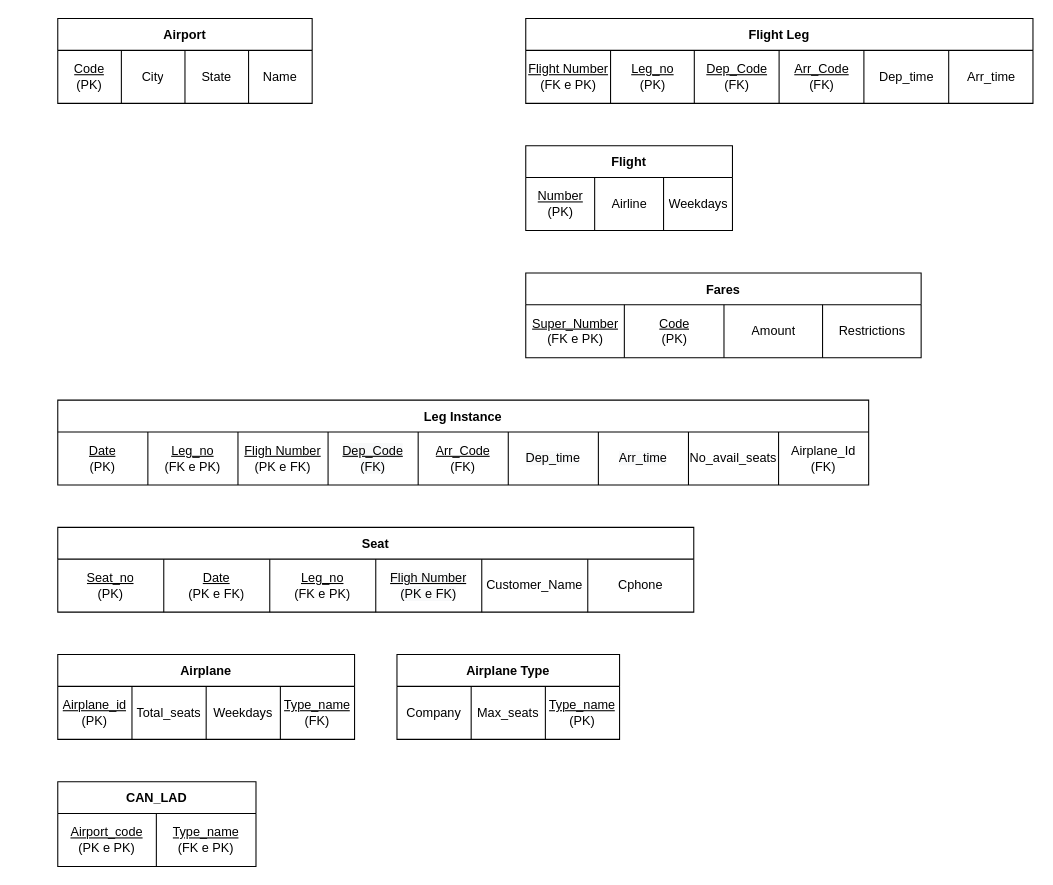
Above: page "3.2" (2 of 2) of P/P03/P03.drawio in RafaelCurado/BD-1 (draw.io), before the change. Source tidied: cells renumbered, new cells numbered last; positions are measured from the earlier drawing's top-left corner, leaving out a move shared by most shapes. Both pictures are drawn from the tidied source at 106%, with x=0, y=0 at pixel (57, 18).
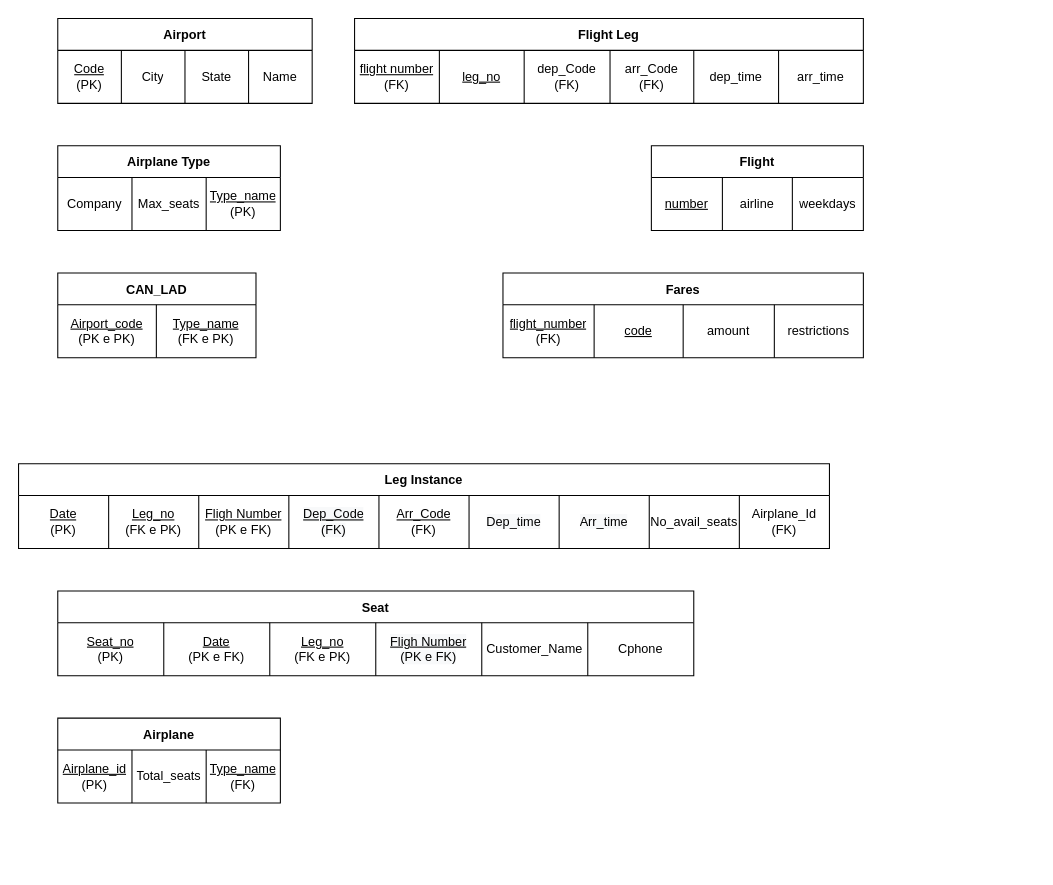
After the change.

The edit, as a diff of the source:
```diff
@@
     <mxCell id="8" value="Flight" style="shape=table;startSize=30;childLayout=tableLayout;fontStyle=1;align=center;" parent="1" vertex="1">
-      <mxGeometry x="441.5" y="120" width="195" height="80" as="geometry" />
+      <mxGeometry x="560" y="120" width="200" height="80" as="geometry" />
     </mxCell>
     <mxCell id="9" style="shape=tableRow;horizontal=0;startSize=0;swimlaneHead=0;swimlaneBody=0;top=0;left=0;bottom=0;right=0;fillColor=none;" parent="8" vertex="1">
-      <mxGeometry y="30" width="195" height="50" as="geometry" />
+      <mxGeometry y="30" width="200" height="50" as="geometry" />
     </mxCell>
-    <mxCell id="10" value="&lt;u&gt;Number&lt;/u&gt;&lt;br&gt;(PK)" style="shape=partialRectangle;html=1;whiteSpace=wrap;fillColor=none;top=0;left=0;bottom=0;right=0;overflow=hidden;" parent="9" vertex="1">
-      <mxGeometry width="65" height="50" as="geometry" />
+    <mxCell id="10" value="&lt;u&gt;number&lt;/u&gt;" style="shape=partialRectangle;html=1;whiteSpace=wrap;fillColor=none;top=0;left=0;bottom=0;right=0;overflow=hidden;" parent="9" vertex="1">
+      <mxGeometry width="67" height="50" as="geometry" />
     </mxCell>
-    <mxCell id="11" value="Airline" style="shape=partialRectangle;html=1;whiteSpace=wrap;fillColor=none;top=0;left=0;bottom=0;right=0;overflow=hidden;" parent="9" vertex="1">
-      <mxGeometry x="65" width="65" height="50" as="geometry" />
+    <mxCell id="11" value="airline" style="shape=partialRectangle;html=1;whiteSpace=wrap;fillColor=none;top=0;left=0;bottom=0;right=0;overflow=hidden;" parent="9" vertex="1">
+      <mxGeometry x="67" width="66" height="50" as="geometry" />
     </mxCell>
-    <mxCell id="12" value="Weekdays" style="shape=partialRectangle;html=1;whiteSpace=wrap;fillColor=none;top=0;left=0;bottom=0;right=0;overflow=hidden;" parent="9" vertex="1">
-      <mxGeometry x="130" width="65" height="50" as="geometry" />
+    <mxCell id="12" value="weekdays" style="shape=partialRectangle;html=1;whiteSpace=wrap;fillColor=none;top=0;left=0;bottom=0;right=0;overflow=hidden;" parent="9" vertex="1">
+      <mxGeometry x="133" width="67" height="50" as="geometry" />
     </mxCell>
     <mxCell id="13" value="Fares" style="shape=table;startSize=30;childLayout=tableLayout;fontStyle=1;align=center;" parent="1" vertex="1">
-      <mxGeometry x="441.5" y="240" width="373" height="80" as="geometry" />
+      <mxGeometry x="420" y="240" width="340" height="80" as="geometry" />
     </mxCell>
     <mxCell id="14" style="shape=tableRow;horizontal=0;startSize=0;swimlaneHead=0;swimlaneBody=0;top=0;left=0;bottom=0;right=0;fillColor=none;" parent="13" vertex="1">
-      <mxGeometry y="30" width="373" height="50" as="geometry" />
+      <mxGeometry y="30" width="340" height="50" as="geometry" />
     </mxCell>
-    <mxCell id="15" value="&lt;u&gt;Super_Number&lt;/u&gt;&lt;br&gt;(FK e PK)" style="shape=partialRectangle;html=1;whiteSpace=wrap;fillColor=none;top=0;left=0;bottom=0;right=0;overflow=hidden;" parent="14" vertex="1">
-      <mxGeometry width="93" height="50" as="geometry" />
+    <mxCell id="15" value="&lt;u&gt;flight_number&lt;/u&gt;&lt;br&gt;(FK)" style="shape=partialRectangle;html=1;whiteSpace=wrap;fillColor=none;top=0;left=0;bottom=0;right=0;overflow=hidden;" parent="14" vertex="1">
+      <mxGeometry width="86" height="50" as="geometry" />
     </mxCell>
-    <mxCell id="16" value="&lt;u&gt;Code&lt;/u&gt;&lt;br&gt;(PK)" style="shape=partialRectangle;html=1;whiteSpace=wrap;fillColor=none;top=0;left=0;bottom=0;right=0;overflow=hidden;" parent="14" vertex="1">
-      <mxGeometry x="93" width="94" height="50" as="geometry" />
+    <mxCell id="16" value="&lt;u&gt;code&lt;/u&gt;" style="shape=partialRectangle;html=1;whiteSpace=wrap;fillColor=none;top=0;left=0;bottom=0;right=0;overflow=hidden;" parent="14" vertex="1">
+      <mxGeometry x="86" width="84" height="50" as="geometry" />
     </mxCell>
-    <mxCell id="17" value="Amount" style="shape=partialRectangle;html=1;whiteSpace=wrap;fillColor=none;top=0;left=0;bottom=0;right=0;overflow=hidden;" parent="14" vertex="1">
-      <mxGeometry x="187" width="93" height="50" as="geometry" />
+    <mxCell id="17" value="amount" style="shape=partialRectangle;html=1;whiteSpace=wrap;fillColor=none;top=0;left=0;bottom=0;right=0;overflow=hidden;" parent="14" vertex="1">
+      <mxGeometry x="170" width="86" height="50" as="geometry" />
     </mxCell>
-    <mxCell id="18" value="Restrictions" style="shape=partialRectangle;html=1;whiteSpace=wrap;fillColor=none;top=0;left=0;bottom=0;right=0;overflow=hidden;" parent="14" vertex="1">
-      <mxGeometry x="280" width="93" height="50" as="geometry" />
+    <mxCell id="18" value="restrictions" style="shape=partialRectangle;html=1;whiteSpace=wrap;fillColor=none;top=0;left=0;bottom=0;right=0;overflow=hidden;" parent="14" vertex="1">
+      <mxGeometry x="256" width="84" height="50" as="geometry" />
     </mxCell>
     <mxCell id="19" value="Flight Leg" style="shape=table;startSize=30;childLayout=tableLayout;fontStyle=1;align=center;" parent="1" vertex="1">
-      <mxGeometry x="441.5" width="478.5" height="80" as="geometry" />
+      <mxGeometry x="280" width="480" height="80" as="geometry" />
     </mxCell>
     <mxCell id="20" style="shape=tableRow;horizontal=0;startSize=0;swimlaneHead=0;swimlaneBody=0;top=0;left=0;bottom=0;right=0;fillColor=none;" parent="19" vertex="1">
-      <mxGeometry y="30" width="478.5" height="50" as="geometry" />
+      <mxGeometry y="30" width="480" height="50" as="geometry" />
     </mxCell>
-    <mxCell id="21" value="&lt;u&gt;Flight Number&lt;/u&gt;&lt;br&gt;(FK e PK)" style="shape=partialRectangle;html=1;whiteSpace=wrap;fillColor=none;top=0;left=0;bottom=0;right=0;overflow=hidden;" parent="20" vertex="1">
+    <mxCell id="21" value="&lt;u&gt;flight number&lt;/u&gt;&lt;br&gt;(FK)" style="shape=partialRectangle;html=1;whiteSpace=wrap;fillColor=none;top=0;left=0;bottom=0;right=0;overflow=hidden;" parent="20" vertex="1">
       <mxGeometry width="80" height="50" as="geometry" />
     </mxCell>
-    <mxCell id="22" value="&lt;u&gt;Leg_no&lt;/u&gt;&lt;br&gt;(PK)" style="shape=partialRectangle;html=1;whiteSpace=wrap;fillColor=none;top=0;left=0;bottom=0;right=0;overflow=hidden;" parent="20" vertex="1">
-      <mxGeometry x="80" width="79" height="50" as="geometry" />
+    <mxCell id="22" value="&lt;u&gt;leg_no&lt;/u&gt;" style="shape=partialRectangle;html=1;whiteSpace=wrap;fillColor=none;top=0;left=0;bottom=0;right=0;overflow=hidden;" parent="20" vertex="1">
+      <mxGeometry x="80" width="80" height="50" as="geometry" />
     </mxCell>
-    <mxCell id="23" value="&lt;u&gt;Dep_Code&lt;/u&gt;&lt;br&gt;(FK)" style="shape=partialRectangle;html=1;whiteSpace=wrap;fillColor=none;top=0;left=0;bottom=0;right=0;overflow=hidden;" parent="20" vertex="1">
-      <mxGeometry x="159" width="80" height="50" as="geometry" />
+    <mxCell id="23" value="dep_Code&lt;br&gt;(FK)" style="shape=partialRectangle;html=1;whiteSpace=wrap;fillColor=none;top=0;left=0;bottom=0;right=0;overflow=hidden;" parent="20" vertex="1">
+      <mxGeometry x="160" width="81" height="50" as="geometry" />
     </mxCell>
-    <mxCell id="24" value="&lt;u&gt;Arr_Code&lt;/u&gt;&lt;br&gt;(FK)" style="shape=partialRectangle;html=1;whiteSpace=wrap;fillColor=none;top=0;left=0;bottom=0;right=0;overflow=hidden;" parent="20" vertex="1">
-      <mxGeometry x="239" width="80" height="50" as="geometry" />
+    <mxCell id="24" value="arr_Code&lt;br&gt;(FK)" style="shape=partialRectangle;html=1;whiteSpace=wrap;fillColor=none;top=0;left=0;bottom=0;right=0;overflow=hidden;" parent="20" vertex="1">
+      <mxGeometry x="241" width="79" height="50" as="geometry" />
     </mxCell>
-    <mxCell id="25" value="Dep_time" style="shape=partialRectangle;html=1;whiteSpace=wrap;fillColor=none;top=0;left=0;bottom=0;right=0;overflow=hidden;" parent="20" vertex="1">
-      <mxGeometry x="319" width="80" height="50" as="geometry" />
+    <mxCell id="25" value="dep_time" style="shape=partialRectangle;html=1;whiteSpace=wrap;fillColor=none;top=0;left=0;bottom=0;right=0;overflow=hidden;" parent="20" vertex="1">
+      <mxGeometry x="320" width="80" height="50" as="geometry" />
     </mxCell>
-    <mxCell id="26" value="Arr_time" style="shape=partialRectangle;html=1;whiteSpace=wrap;fillColor=none;top=0;left=0;bottom=0;right=0;overflow=hidden;" parent="20" vertex="1">
-      <mxGeometry x="399" width="80" height="50" as="geometry" />
+    <mxCell id="26" value="arr_time" style="shape=partialRectangle;html=1;whiteSpace=wrap;fillColor=none;top=0;left=0;bottom=0;right=0;overflow=hidden;" parent="20" vertex="1">
+      <mxGeometry x="400" width="80" height="50" as="geometry" />
     </mxCell>
     <mxCell id="27" value="Leg Instance" style="shape=table;startSize=30;childLayout=tableLayout;fontStyle=1;align=center;" parent="1" vertex="1">
-      <mxGeometry y="360" width="765" height="80" as="geometry" />
+      <mxGeometry x="-37" y="420" width="765" height="80" as="geometry" />
     </mxCell>
@@
     <mxCell id="38" value="Seat" style="shape=table;startSize=30;childLayout=tableLayout;fontStyle=1;align=center;" parent="1" vertex="1">
-      <mxGeometry y="480" width="600" height="80" as="geometry" />
+      <mxGeometry y="540" width="600" height="80" as="geometry" />
     </mxCell>
@@
     <mxCell id="46" value="Airplane" style="shape=table;startSize=30;childLayout=tableLayout;fontStyle=1;align=center;" parent="1" vertex="1">
-      <mxGeometry y="600" width="280" height="80" as="geometry" />
+      <mxGeometry y="660" width="210" height="80" as="geometry" />
     </mxCell>
     <mxCell id="47" style="shape=tableRow;horizontal=0;startSize=0;swimlaneHead=0;swimlaneBody=0;top=0;left=0;bottom=0;right=0;fillColor=none;" parent="46" vertex="1">
-      <mxGeometry y="30" width="280" height="50" as="geometry" />
+      <mxGeometry y="30" width="210" height="50" as="geometry" />
     </mxCell>
@@
-    <mxCell id="50" value="Weekdays" style="shape=partialRectangle;html=1;whiteSpace=wrap;fillColor=none;top=0;left=0;bottom=0;right=0;overflow=hidden;" parent="47" vertex="1">
-      <mxGeometry x="140" width="70" height="50" as="geometry" />
-    </mxCell>
     <mxCell id="51" value="&lt;u&gt;Type_name&lt;/u&gt;&lt;br&gt;(FK)" style="shape=partialRectangle;html=1;whiteSpace=wrap;fillColor=none;top=0;left=0;bottom=0;right=0;overflow=hidden;" parent="47" vertex="1">
-      <mxGeometry x="210" width="70" height="50" as="geometry" />
+      <mxGeometry x="140" width="70" height="50" as="geometry" />
     </mxCell>
     <mxCell id="52" value="Airplane Type" style="shape=table;startSize=30;childLayout=tableLayout;fontStyle=1;align=center;" parent="1" vertex="1">
-      <mxGeometry x="320" y="600" width="210" height="80" as="geometry" />
+      <mxGeometry y="120" width="210" height="80" as="geometry" />
     </mxCell>
@@
     <mxCell id="57" value="CAN_LAD" style="shape=table;startSize=30;childLayout=tableLayout;fontStyle=1;align=center;" parent="1" vertex="1">
-      <mxGeometry y="720" width="187" height="80" as="geometry" />
+      <mxGeometry y="240" width="187" height="80" as="geometry" />
     </mxCell>
```
